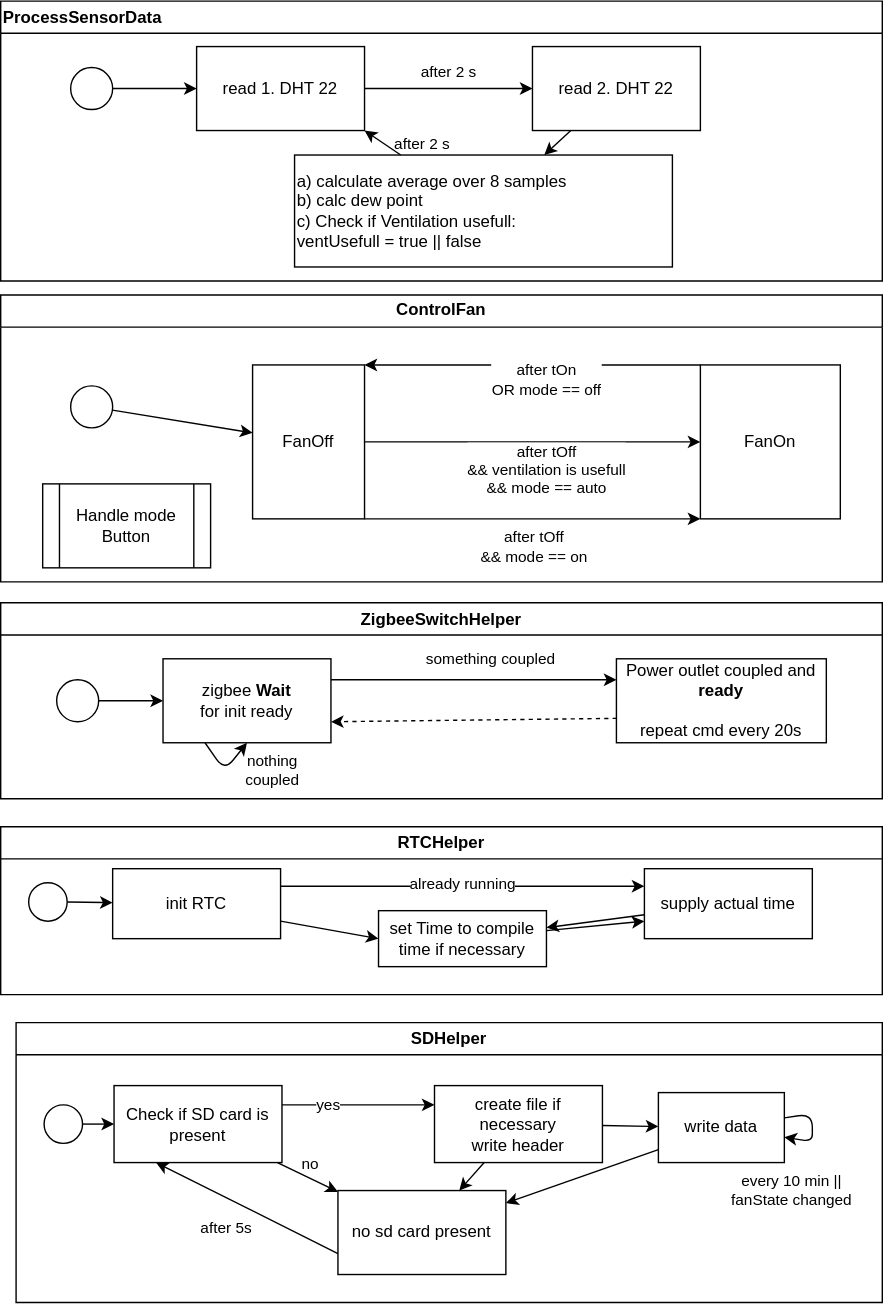
The draw.io diagram images/programFlow.drawio.svg in AndunHH/Dew-Point-Ventilation-Zigbee, before a commit. Source tidied: cells renumbered, new cells last; positions are measured from the earlier drawing's top-left corner, leaving out a move shared by most shapes.
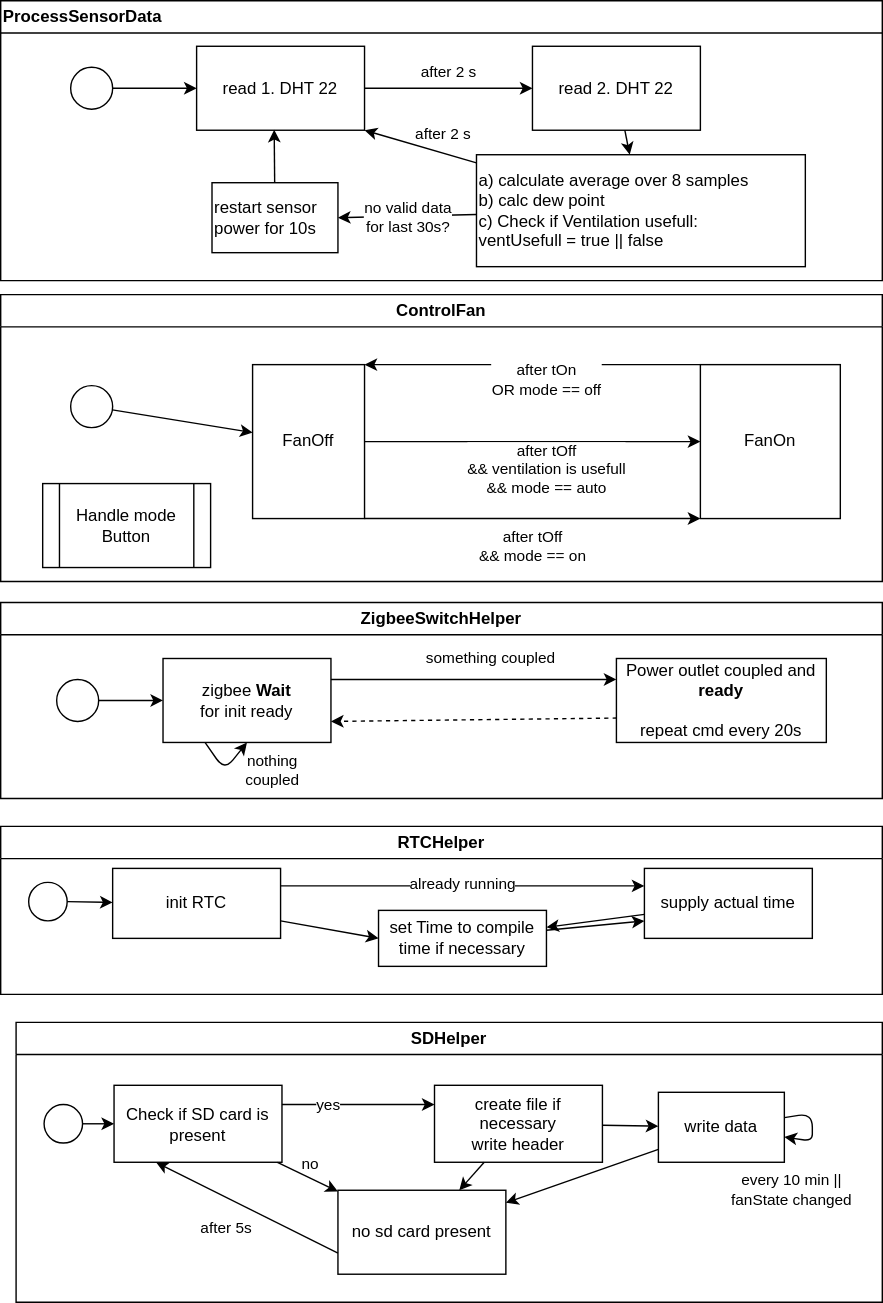
After the commit.

Commit message:
Sensor reset fix (#29)

What changed in the source:
```diff
@@ -19,8 +19,14 @@
         <mxPoint x="-23" y="-15" as="offset" />
       </mxGeometry>
     </mxCell>
+    <mxCell id="64" style="edgeStyle=none;html=1;entryX=1;entryY=0.5;entryDx=0;entryDy=0;" parent="2" edge="1" source="7" target="66">
+      <mxGeometry relative="1" as="geometry" />
+    </mxCell>
+    <mxCell id="65" value="no valid data&lt;div&gt;for last 30s?&lt;/div&gt;" style="edgeLabel;html=1;align=center;verticalAlign=middle;" parent="64" vertex="1">
+      <mxGeometry y="1" relative="1" as="geometry" />
+    </mxCell>
     <mxCell id="7" value="a) calculate average over 8 samples&lt;br&gt;b) calc dew point&lt;br&gt;c) Check if Ventilation usefull:&lt;br&gt;ventUsefull = true || false" style="rounded=0;whiteSpace=wrap;html=1;fontColor=#000000;fillColor=none;labelBackgroundColor=none;strokeColor=#000000;align=left;" parent="2" vertex="1">
-      <mxGeometry x="210" y="110" width="270" height="80" as="geometry" />
+      <mxGeometry x="340" y="110" width="235" height="80" as="geometry" />
     </mxCell>
     <mxCell id="8" style="edgeStyle=none;html=1;fontColor=#000000;labelBackgroundColor=none;strokeColor=#000000;" parent="2" edge="1" source="4" target="7">
       <mxGeometry relative="1" as="geometry" />
@@ -30,7 +36,7 @@
     </mxCell>
     <mxCell id="10" value="after 2 s" style="edgeLabel;html=1;align=center;verticalAlign=middle;fontColor=#000000;labelBackgroundColor=none;" parent="9" vertex="1">
       <mxGeometry x="0.12" y="2" relative="1" as="geometry">
-        <mxPoint x="30" as="offset" />
+        <mxPoint x="21" y="-10" as="offset" />
       </mxGeometry>
     </mxCell>
     <mxCell id="11" style="ellipse;whiteSpace=wrap;html=1;fontColor=#000000;labelBackgroundColor=none;strokeColor=#000000;" parent="2" vertex="1">
@@ -39,6 +45,12 @@
     <mxCell id="12" style="edgeStyle=none;html=1;fontColor=#000000;labelBackgroundColor=none;strokeColor=#000000;" parent="2" edge="1" source="11" target="3">
       <mxGeometry relative="1" as="geometry" />
     </mxCell>
+    <mxCell id="66" value="restart sensor power for 10s" style="rounded=0;whiteSpace=wrap;html=1;fontColor=#000000;fillColor=none;labelBackgroundColor=none;strokeColor=#000000;align=left;" parent="2" vertex="1">
+      <mxGeometry x="151" y="130" width="90" height="50" as="geometry" />
+    </mxCell>
+    <mxCell id="67" style="edgeStyle=none;html=1;entryX=0.462;entryY=0.994;entryDx=0;entryDy=0;entryPerimeter=0;" parent="2" edge="1" source="66" target="3">
+      <mxGeometry relative="1" as="geometry" />
+    </mxCell>
     <mxCell id="13" value="SDHelper" style="swimlane;whiteSpace=wrap;html=1;fontColor=#000000;fillColor=none;labelBackgroundColor=none;strokeColor=#000000;" parent="1" vertex="1">
       <mxGeometry x="11" y="730" width="619" height="200" as="geometry" />
     </mxCell>
```
